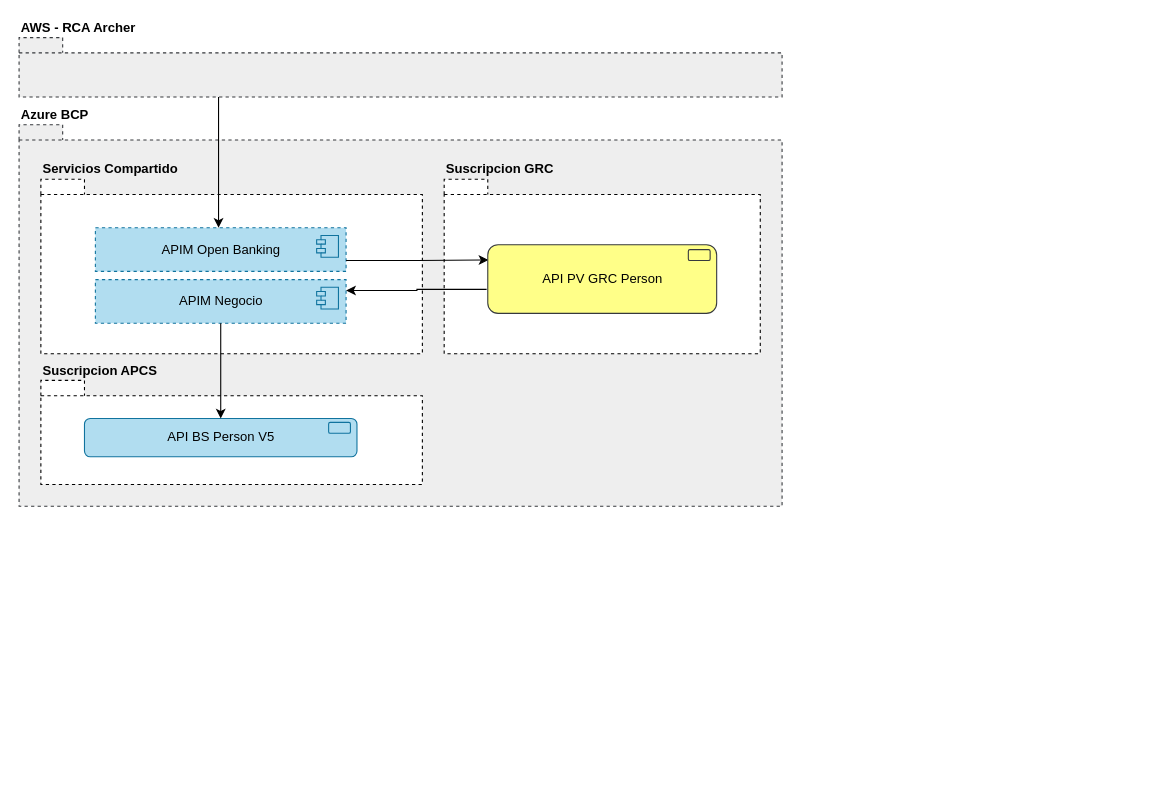
The draw.io diagram Propuesta.drawio in zolymo/diagrams, before the edit. Source tidied: cells renumbered, new cells numbered last; positions are measured from the earlier drawing's top-left corner, leaving out a move shared by most shapes. Both pictures are drawn from the tidied source at 109%, with x=0, y=0 at pixel (19, 37).
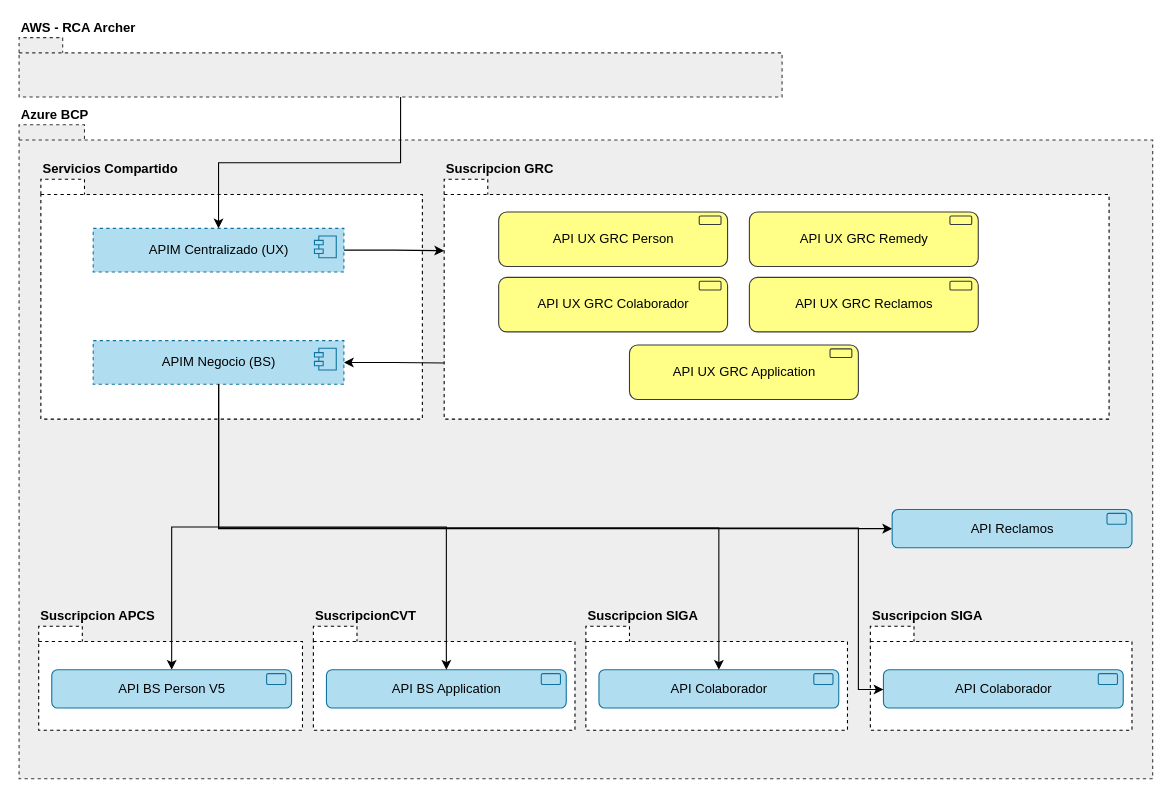
The same diagram, later.

Unchanged cells that the change refers to:
```xml
<mxCell id="15" value="AWS - RCA Archer" style="shape=folder;fontStyle=1;spacingTop=0;tabWidth=40;tabHeight=14;tabPosition=left;html=1;labelPosition=center;verticalLabelPosition=top;align=left;verticalAlign=bottom;dashed=1;spacingRight=0;fillColor=#eeeeee;strokeColor=#36393d;" parent="1" vertex="1">
  <mxGeometry width="700" height="54.5" as="geometry" />
</mxCell>
```

Diff of the diagram source:
```diff
@@
     <mxCell id="2" value="Azure BCP" style="shape=folder;fontStyle=1;spacingTop=0;tabWidth=40;tabHeight=14;tabPosition=left;html=1;labelPosition=center;verticalLabelPosition=top;align=left;verticalAlign=bottom;dashed=1;spacingRight=0;fillColor=#eeeeee;strokeColor=#36393d;" parent="1" vertex="1">
-      <mxGeometry y="80" width="700" height="350" as="geometry" />
+      <mxGeometry y="80" width="1040" height="600" as="geometry" />
     </mxCell>
     <mxCell id="3" value="Servicios Compartido" style="shape=folder;fontStyle=1;spacingTop=0;tabWidth=40;tabHeight=14;tabPosition=left;html=1;labelPosition=center;verticalLabelPosition=top;align=left;verticalAlign=bottom;dashed=1;spacingRight=0;" parent="1" vertex="1">
-      <mxGeometry x="20" y="130" width="350" height="160" as="geometry" />
+      <mxGeometry x="20" y="130" width="350" height="220" as="geometry" />
     </mxCell>
-    <mxCell id="4" value="APIM Open Banking" style="html=1;dashed=1;align=center;verticalAlign=middle;labelPosition=center;verticalLabelPosition=middle;rounded=0;fillColor=#b1ddf0;strokeColor=#10739e;" parent="1" vertex="1">
-      <mxGeometry x="70" y="174.5" width="230" height="40" as="geometry" />
+    <mxCell id="4" value="APIM Centralizado (UX)" style="html=1;dashed=1;align=center;verticalAlign=middle;labelPosition=center;verticalLabelPosition=middle;rounded=0;fillColor=#b1ddf0;strokeColor=#10739e;" parent="1" vertex="1">
+      <mxGeometry x="68" y="175" width="230" height="40" as="geometry" />
     </mxCell>
@@
+    <mxCell id="20" style="edgeStyle=orthogonalEdgeStyle;rounded=0;jettySize=auto;html=1;entryX=0;entryY=0;entryDx=0;entryDy=168.5;entryPerimeter=0;endArrow=none;endFill=0;startArrow=classic;startFill=1;" parent="1" edge="1" source="6" target="8">
+      <mxGeometry relative="1" as="geometry" />
+    </mxCell>
+    <mxCell id="21" style="edgeStyle=orthogonalEdgeStyle;rounded=0;jettySize=auto;html=1;entryX=0;entryY=0.5;entryDx=0;entryDy=0;startArrow=none;startFill=0;endArrow=classic;endFill=1;" parent="1" edge="1" source="6" target="48">
+      <mxGeometry relative="1" as="geometry">
+        <Array as="points">
+          <mxPoint x="183" y="450" />
+        </Array>
+      </mxGeometry>
+    </mxCell>
-    <mxCell id="6" value="APIM Negocio" style="html=1;dashed=1;align=center;verticalAlign=middle;labelPosition=center;verticalLabelPosition=middle;rounded=0;fillColor=#b1ddf0;strokeColor=#10739e;" parent="1" vertex="1">
-      <mxGeometry x="70" y="222" width="230" height="40" as="geometry" />
+    <mxCell id="6" value="APIM Negocio (BS)" style="html=1;dashed=1;align=center;verticalAlign=middle;labelPosition=center;verticalLabelPosition=middle;rounded=0;fillColor=#b1ddf0;strokeColor=#10739e;" parent="1" vertex="1">
+      <mxGeometry x="68" y="278" width="230" height="40" as="geometry" />
     </mxCell>
@@
     <mxCell id="8" value="Suscripcion GRC" style="shape=folder;fontStyle=1;spacingTop=0;tabWidth=40;tabHeight=14;tabPosition=left;html=1;labelPosition=center;verticalLabelPosition=top;align=left;verticalAlign=bottom;dashed=1;spacingRight=0;" parent="1" vertex="1">
-      <mxGeometry x="390" y="130" width="290" height="160" as="geometry" />
+      <mxGeometry x="390" y="130" width="610" height="220" as="geometry" />
     </mxCell>
-    <mxCell id="9" style="edgeStyle=orthogonalEdgeStyle;rounded=0;jettySize=auto;html=1;entryX=1;entryY=0.25;entryDx=0;entryDy=0;exitX=-0.005;exitY=0.651;exitDx=0;exitDy=0;exitPerimeter=0;" parent="1" edge="1" source="18" target="6">
-      <mxGeometry relative="1" as="geometry" />
-    </mxCell>
     <mxCell id="10" value="Suscripcion APCS" style="shape=folder;fontStyle=1;spacingTop=0;tabWidth=40;tabHeight=14;tabPosition=left;html=1;labelPosition=center;verticalLabelPosition=top;align=left;verticalAlign=bottom;dashed=1;spacingRight=0;" parent="1" vertex="1">
-      <mxGeometry x="20" y="314.5" width="350" height="95.5" as="geometry" />
+      <mxGeometry x="18" y="540" width="242" height="95.5" as="geometry" />
     </mxCell>
-    <mxCell id="11" value="API BS Person V5" style="html=1;align=center;verticalAlign=middle;rounded=1;fillColor=#b1ddf0;strokeColor=#10739e;" parent="1" vertex="1">
-      <mxGeometry x="60" y="349.5" width="250" height="35" as="geometry" />
-    </mxCell>
-    <mxCell id="12" style="html=1;align=center;verticalAlign=middle;rounded=1;fillColor=#b1ddf0;strokeColor=#10739e;" parent="1" vertex="1">
-      <mxGeometry x="284" y="353" width="20" height="10" as="geometry" />
-    </mxCell>
-    <mxCell id="13" style="edgeStyle=orthogonalEdgeStyle;rounded=0;jettySize=auto;html=1;entryX=0.003;entryY=0.222;entryDx=0;entryDy=0;exitX=1;exitY=0.75;exitDx=0;exitDy=0;entryPerimeter=0;" parent="1" edge="1" source="4" target="18">
+    <mxCell id="13" style="edgeStyle=orthogonalEdgeStyle;rounded=0;jettySize=auto;html=1;entryX=0;entryY=0;entryDx=0;entryDy=65.5;entryPerimeter=0;exitX=1;exitY=0.5;exitDx=0;exitDy=0;" parent="1" edge="1" source="4" target="8">
       <mxGeometry relative="1" as="geometry" />
     </mxCell>
-    <mxCell id="14" style="edgeStyle=orthogonalEdgeStyle;rounded=0;jettySize=auto;html=1;entryX=0.5;entryY=0;entryDx=0;entryDy=0;" parent="1" edge="1" source="15">
-      <mxGeometry relative="1" as="geometry">
-        <mxPoint x="183" y="174.5" as="targetPoint" />
-        <Array as="points">
-          <mxPoint x="183" y="80" />
-          <mxPoint x="183" y="80" />
-        </Array>
-      </mxGeometry>
+    <mxCell id="14" style="edgeStyle=orthogonalEdgeStyle;rounded=0;jettySize=auto;html=1;entryX=0.5;entryY=0;entryDx=0;entryDy=0;" parent="1" edge="1" source="15" target="4">
+      <mxGeometry relative="1" as="geometry" />
     </mxCell>
@@
     <mxCell id="17" style="group;" parent="1" vertex="1">
-      <mxGeometry x="430" y="190" width="210" height="63" as="geometry" />
+      <mxGeometry x="440" y="160" width="210" height="50" as="geometry" />
     </mxCell>
-    <mxCell id="18" value="API PV GRC Person" style="html=1;align=center;verticalAlign=middle;rounded=1;fillColor=#ffff88;strokeColor=#36393d;" parent="17" vertex="1">
-      <mxGeometry width="210" height="63" as="geometry" />
+    <mxCell id="18" value="API UX GRC Person" style="html=1;align=center;verticalAlign=middle;rounded=1;fillColor=#ffff88;strokeColor=#36393d;" parent="17" vertex="1">
+      <mxGeometry width="210" height="50" as="geometry" />
     </mxCell>
     <mxCell id="19" style="html=1;align=center;verticalAlign=middle;rounded=1;fillColor=#ffff88;strokeColor=#36393d;" parent="17" vertex="1">
-      <mxGeometry x="184" y="4.5" width="20" height="10" as="geometry" />
+      <mxGeometry x="184" y="3.6" width="20" height="7.9" as="geometry" />
     </mxCell>
+    <mxCell id="22" style="group;" parent="1" vertex="1">
+      <mxGeometry x="560" y="282" width="210" height="50" as="geometry" />
+    </mxCell>
+    <mxCell id="23" value="API UX GRC Application" style="html=1;align=center;verticalAlign=middle;rounded=1;fillColor=#ffff88;strokeColor=#36393d;" parent="22" vertex="1">
+      <mxGeometry width="210" height="50" as="geometry" />
+    </mxCell>
+    <mxCell id="24" style="html=1;align=center;verticalAlign=middle;rounded=1;fillColor=#ffff88;strokeColor=#36393d;" parent="22" vertex="1">
+      <mxGeometry x="184" y="3.6" width="20" height="7.9" as="geometry" />
+    </mxCell>
+    <mxCell id="25" style="group;" parent="1" vertex="1">
+      <mxGeometry x="440" y="220" width="210" height="50" as="geometry" />
+    </mxCell>
+    <mxCell id="26" value="API UX GRC Colaborador" style="html=1;align=center;verticalAlign=middle;rounded=1;fillColor=#ffff88;strokeColor=#36393d;" parent="25" vertex="1">
+      <mxGeometry width="210" height="50" as="geometry" />
+    </mxCell>
+    <mxCell id="27" style="html=1;align=center;verticalAlign=middle;rounded=1;fillColor=#ffff88;strokeColor=#36393d;" parent="25" vertex="1">
+      <mxGeometry x="184" y="3.6" width="20" height="7.9" as="geometry" />
+    </mxCell>
+    <mxCell id="28" style="group;" parent="1" vertex="1">
+      <mxGeometry x="670" y="160" width="210" height="50" as="geometry" />
+    </mxCell>
+    <mxCell id="29" value="API UX GRC Remedy" style="html=1;align=center;verticalAlign=middle;rounded=1;fillColor=#ffff88;strokeColor=#36393d;" parent="28" vertex="1">
+      <mxGeometry width="210" height="50" as="geometry" />
+    </mxCell>
+    <mxCell id="30" style="html=1;align=center;verticalAlign=middle;rounded=1;fillColor=#ffff88;strokeColor=#36393d;" parent="28" vertex="1">
+      <mxGeometry x="184" y="3.6" width="20" height="7.9" as="geometry" />
+    </mxCell>
+    <mxCell id="31" style="group;" parent="1" vertex="1">
+      <mxGeometry x="670" y="220" width="210" height="50" as="geometry" />
+    </mxCell>
+    <mxCell id="32" value="API UX GRC Reclamos" style="html=1;align=center;verticalAlign=middle;rounded=1;fillColor=#ffff88;strokeColor=#36393d;" parent="31" vertex="1">
+      <mxGeometry width="210" height="50" as="geometry" />
+    </mxCell>
+    <mxCell id="33" style="html=1;align=center;verticalAlign=middle;rounded=1;fillColor=#ffff88;strokeColor=#36393d;" parent="31" vertex="1">
+      <mxGeometry x="184" y="3.6" width="20" height="7.9" as="geometry" />
+    </mxCell>
+    <mxCell id="34" style="group;" parent="1" vertex="1">
+      <mxGeometry x="30" y="580" width="220" height="35" as="geometry" />
+    </mxCell>
+    <mxCell id="11" value="API BS Person V5" style="html=1;align=center;verticalAlign=middle;rounded=1;fillColor=#b1ddf0;strokeColor=#10739e;" parent="34" vertex="1">
+      <mxGeometry width="220" height="35" as="geometry" />
+    </mxCell>
+    <mxCell id="12" style="html=1;align=center;verticalAlign=middle;rounded=1;fillColor=#b1ddf0;strokeColor=#10739e;" parent="34" vertex="1">
+      <mxGeometry x="197.1" y="3.5" width="17.6" height="10" as="geometry" />
+    </mxCell>
+    <mxCell id="35" value="SuscripcionCVT" style="shape=folder;fontStyle=1;spacingTop=0;tabWidth=40;tabHeight=14;tabPosition=left;html=1;labelPosition=center;verticalLabelPosition=top;align=left;verticalAlign=bottom;dashed=1;spacingRight=0;" parent="1" vertex="1">
+      <mxGeometry x="270" y="540" width="240" height="95.5" as="geometry" />
+    </mxCell>
+    <mxCell id="36" style="group;" parent="1" vertex="1">
+      <mxGeometry x="282" y="580" width="220" height="35" as="geometry" />
+    </mxCell>
+    <mxCell id="37" value="API BS Application" style="html=1;align=center;verticalAlign=middle;rounded=1;fillColor=#b1ddf0;strokeColor=#10739e;" parent="36" vertex="1">
+      <mxGeometry width="220" height="35" as="geometry" />
+    </mxCell>
+    <mxCell id="38" style="html=1;align=center;verticalAlign=middle;rounded=1;fillColor=#b1ddf0;strokeColor=#10739e;" parent="36" vertex="1">
+      <mxGeometry x="197.1" y="3.5" width="17.6" height="10" as="geometry" />
+    </mxCell>
+    <mxCell id="39" value="Suscripcion SIGA" style="shape=folder;fontStyle=1;spacingTop=0;tabWidth=40;tabHeight=14;tabPosition=left;html=1;labelPosition=center;verticalLabelPosition=top;align=left;verticalAlign=bottom;dashed=1;spacingRight=0;" parent="1" vertex="1">
+      <mxGeometry x="520" y="540" width="240" height="95.5" as="geometry" />
+    </mxCell>
+    <mxCell id="40" style="group;" parent="1" vertex="1">
+      <mxGeometry x="532" y="580" width="220" height="35" as="geometry" />
+    </mxCell>
+    <mxCell id="41" value="API Colaborador" style="html=1;align=center;verticalAlign=middle;rounded=1;fillColor=#b1ddf0;strokeColor=#10739e;" parent="40" vertex="1">
+      <mxGeometry width="220" height="35" as="geometry" />
+    </mxCell>
+    <mxCell id="42" style="html=1;align=center;verticalAlign=middle;rounded=1;fillColor=#b1ddf0;strokeColor=#10739e;" parent="40" vertex="1">
+      <mxGeometry x="197.1" y="3.5" width="17.6" height="10" as="geometry" />
+    </mxCell>
+    <mxCell id="43" value="Suscripcion SIGA" style="shape=folder;fontStyle=1;spacingTop=0;tabWidth=40;tabHeight=14;tabPosition=left;html=1;labelPosition=center;verticalLabelPosition=top;align=left;verticalAlign=bottom;dashed=1;spacingRight=0;" parent="1" vertex="1">
+      <mxGeometry x="781" y="540" width="240" height="95.5" as="geometry" />
+    </mxCell>
+    <mxCell id="44" style="group;" parent="1" vertex="1">
+      <mxGeometry x="793" y="580" width="220" height="35" as="geometry" />
+    </mxCell>
+    <mxCell id="45" value="API Colaborador" style="html=1;align=center;verticalAlign=middle;rounded=1;fillColor=#b1ddf0;strokeColor=#10739e;" parent="44" vertex="1">
+      <mxGeometry width="220" height="35" as="geometry" />
+    </mxCell>
+    <mxCell id="46" style="html=1;align=center;verticalAlign=middle;rounded=1;fillColor=#b1ddf0;strokeColor=#10739e;" parent="44" vertex="1">
+      <mxGeometry x="197.1" y="3.5" width="17.6" height="10" as="geometry" />
+    </mxCell>
+    <mxCell id="47" style="group;" parent="1" vertex="1">
+      <mxGeometry x="801" y="433" width="220" height="35" as="geometry" />
+    </mxCell>
+    <mxCell id="48" value="API Reclamos" style="html=1;align=center;verticalAlign=middle;rounded=1;fillColor=#b1ddf0;strokeColor=#10739e;" parent="47" vertex="1">
+      <mxGeometry width="220" height="35" as="geometry" />
+    </mxCell>
+    <mxCell id="49" style="html=1;align=center;verticalAlign=middle;rounded=1;fillColor=#b1ddf0;strokeColor=#10739e;" parent="47" vertex="1">
+      <mxGeometry x="197.1" y="3.5" width="17.6" height="10" as="geometry" />
+    </mxCell>
+    <mxCell id="50" style="edgeStyle=orthogonalEdgeStyle;rounded=0;jettySize=auto;html=1;startArrow=none;startFill=0;endArrow=classic;endFill=1;" parent="1" edge="1" source="6" target="37">
+      <mxGeometry relative="1" as="geometry" />
+    </mxCell>
+    <mxCell id="51" style="edgeStyle=orthogonalEdgeStyle;rounded=0;jettySize=auto;html=1;startArrow=none;startFill=0;endArrow=classic;endFill=1;" parent="1" edge="1" source="6" target="45">
+      <mxGeometry relative="1" as="geometry">
+        <Array as="points">
+          <mxPoint x="183" y="450" />
+          <mxPoint x="770" y="450" />
+          <mxPoint x="770" y="598" />
+        </Array>
+      </mxGeometry>
+    </mxCell>
+    <mxCell id="52" style="edgeStyle=orthogonalEdgeStyle;rounded=0;jettySize=auto;html=1;startArrow=none;startFill=0;endArrow=classic;endFill=1;" parent="1" edge="1" source="6" target="41">
+      <mxGeometry relative="1" as="geometry">
+        <Array as="points">
+          <mxPoint x="183" y="450" />
+          <mxPoint x="642" y="450" />
+        </Array>
+      </mxGeometry>
+    </mxCell>
```
